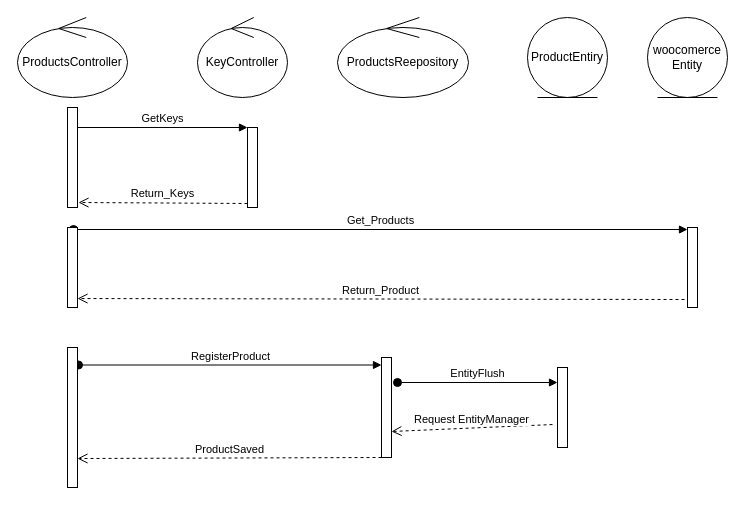
Above: diagramas/Obtener_productos_sequence.drawio in devcubamodela/gestion.cubamodela (draw.io), before the change. Source tidied: cells renumbered, new cells numbered last; positions are measured from the earlier drawing's top-left corner, leaving out a move shared by most shapes. Both pictures are drawn from the tidied source at 100%, with x=0, y=0 at pixel (17, 17).
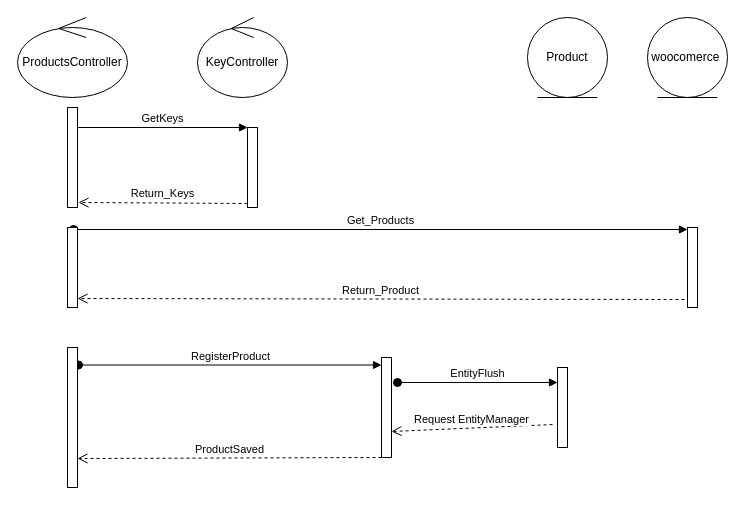
Above is the later version.

Change to the diagram source:
```diff
@@
-    <mxCell id="3" value="woocomerce Entity" style="ellipse;shape=umlEntity;whiteSpace=wrap;html=1;" parent="1" vertex="1">
+    <mxCell id="3" value="woocomerce&amp;nbsp;" style="ellipse;shape=umlEntity;whiteSpace=wrap;html=1;" parent="1" vertex="1">
       <mxGeometry x="630" width="80" height="80" as="geometry" />
     </mxCell>
@@
-    <mxCell id="13" value="ProductsReepository" style="ellipse;shape=umlControl;whiteSpace=wrap;html=1;" parent="1" vertex="1">
-      <mxGeometry x="320" width="131" height="80" as="geometry" />
-    </mxCell>
-    <mxCell id="14" value="ProductEntiry" style="ellipse;shape=umlEntity;whiteSpace=wrap;html=1;" parent="1" vertex="1">
+    <mxCell id="14" value="Product" style="ellipse;shape=umlEntity;whiteSpace=wrap;html=1;" parent="1" vertex="1">
       <mxGeometry x="510" width="80" height="80" as="geometry" />
     </mxCell>
```
